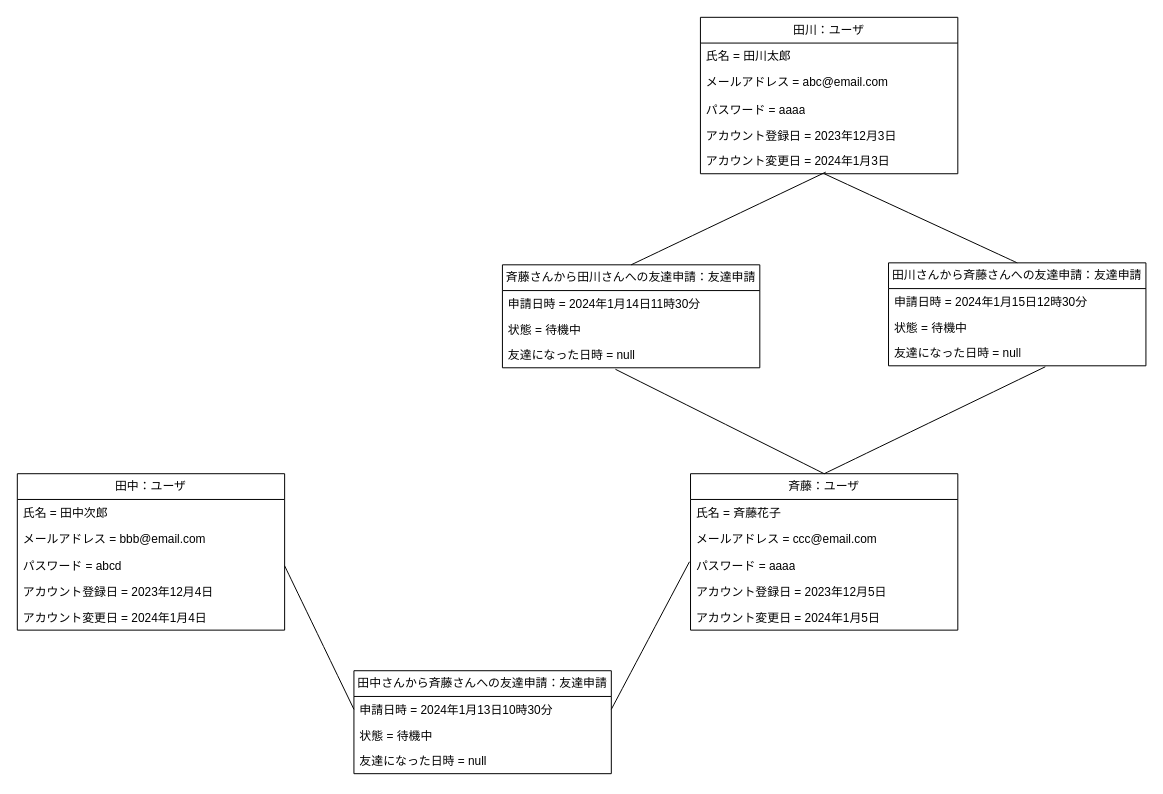
tawainfer/scorpio keeps this draw.io diagram as 概念モデル/07_友達の申請をする/友達の申請をする.drawio. Above is the earlier version. Source tidied: cells renumbered, new cells numbered last; positions are measured from the earlier drawing's top-left corner, leaving out a move shared by most shapes. Both pictures are drawn from the tidied source at 99%, with x=0, y=0 at pixel (17, 17).
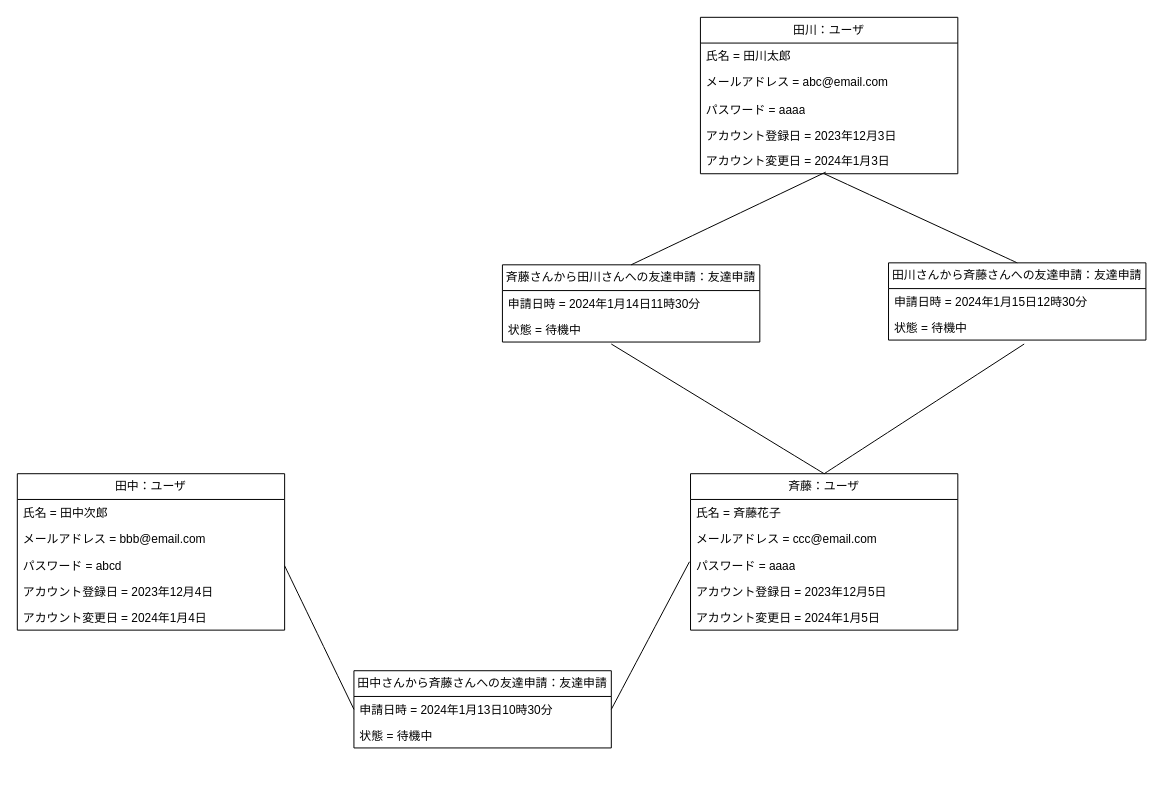
The same diagram, later.

Unchanged cells that the change refers to:
```xml
<mxCell id="12" value="斉藤：ユーザ" style="swimlane;fontStyle=0;horizontal=1;startSize=26;fillColor=none;whiteSpace=wrap;html=1;" parent="1" vertex="1">
  <mxGeometry x="680" y="461" width="270" height="158" as="geometry" />
</mxCell>
<mxCell id="28" value="状態 = 待機中" style="text;strokeColor=none;fillColor=none;align=left;verticalAlign=top;spacingLeft=4;spacingRight=4;overflow=hidden;points=[[0,0.5],[1,0.5]];portConstraint=eastwest;whiteSpace=wrap;html=1;" parent="26" vertex="1">
  <mxGeometry y="52" width="260" height="26" as="geometry" />
</mxCell>
<mxCell id="32" value="状態 = 待機中" style="text;strokeColor=none;fillColor=none;align=left;verticalAlign=top;spacingLeft=4;spacingRight=4;overflow=hidden;points=[[0,0.5],[1,0.5]];portConstraint=eastwest;whiteSpace=wrap;html=1;" parent="30" vertex="1">
  <mxGeometry y="52" width="260" height="26" as="geometry" />
</mxCell>
```

What changed in the source:
```diff
@@
     <mxCell id="2" value="田中さんから斉藤さんへの友達申請：友達申請" style="swimlane;fontStyle=0;horizontal=1;startSize=26;fillColor=none;whiteSpace=wrap;html=1;" parent="1" vertex="1">
-      <mxGeometry x="340" y="660" width="260" height="104" as="geometry" />
+      <mxGeometry x="340" y="660" width="260" height="78" as="geometry" />
     </mxCell>
@@
-    <mxCell id="5" value="友達になった日時 = null" style="text;strokeColor=none;fillColor=none;align=left;verticalAlign=top;spacingLeft=4;spacingRight=4;overflow=hidden;whiteSpace=wrap;html=1;" parent="2" vertex="1">
-      <mxGeometry y="78" width="260" height="26" as="geometry" />
-    </mxCell>
@@
     <mxCell id="26" value="田川さんから斉藤さんへの友達申請：友達申請" style="swimlane;fontStyle=0;horizontal=1;startSize=26;fillColor=none;whiteSpace=wrap;html=1;" parent="1" vertex="1">
-      <mxGeometry x="880" y="248" width="260" height="104" as="geometry" />
+      <mxGeometry x="880" y="248" width="260" height="78" as="geometry" />
     </mxCell>
@@
-    <mxCell id="29" value="友達になった日時 = null" style="text;strokeColor=none;fillColor=none;align=left;verticalAlign=top;spacingLeft=4;spacingRight=4;overflow=hidden;points=[[0,0.5],[1,0.5]];portConstraint=eastwest;whiteSpace=wrap;html=1;" parent="26" vertex="1">
-      <mxGeometry y="78" width="260" height="26" as="geometry" />
-    </mxCell>
     <mxCell id="30" value="斉藤さんから田川さんへの友達申請：友達申請" style="swimlane;fontStyle=0;horizontal=1;startSize=26;fillColor=none;whiteSpace=wrap;html=1;" parent="1" vertex="1">
-      <mxGeometry x="490" y="250" width="260" height="104" as="geometry" />
+      <mxGeometry x="490" y="250" width="260" height="78" as="geometry" />
     </mxCell>
@@
-    <mxCell id="33" value="友達になった日時 = null" style="text;strokeColor=none;fillColor=none;align=left;verticalAlign=top;spacingLeft=4;spacingRight=4;overflow=hidden;points=[[0,0.5],[1,0.5]];portConstraint=eastwest;whiteSpace=wrap;html=1;" parent="30" vertex="1">
-      <mxGeometry y="78" width="260" height="26" as="geometry" />
-    </mxCell>
-    <mxCell id="34" style="edgeStyle=none;curved=1;rounded=0;jettySize=auto;html=1;exitX=0.5;exitY=0;exitDx=0;exitDy=0;entryX=0.439;entryY=1.058;entryDx=0;entryDy=0;entryPerimeter=0;fontSize=12;startSize=8;endSize=8;endArrow=none;endFill=0;" parent="1" edge="1" source="12" target="33">
+    <mxCell id="34" style="edgeStyle=none;curved=1;rounded=0;jettySize=auto;html=1;exitX=0.5;exitY=0;exitDx=0;exitDy=0;entryX=0.423;entryY=1.077;entryDx=0;entryDy=0;entryPerimeter=0;fontSize=12;startSize=8;endSize=8;endArrow=none;endFill=0;" parent="1" edge="1" source="12" target="32">
       <mxGeometry relative="1" as="geometry" />
     </mxCell>
@@
-    <mxCell id="37" style="edgeStyle=none;curved=1;rounded=0;jettySize=auto;html=1;exitX=0.5;exitY=0;exitDx=0;exitDy=0;entryX=0.609;entryY=1.038;entryDx=0;entryDy=0;entryPerimeter=0;fontSize=12;startSize=8;endSize=8;endArrow=none;endFill=0;" parent="1" edge="1" source="12" target="29">
+    <mxCell id="37" style="edgeStyle=none;curved=1;rounded=0;jettySize=auto;html=1;exitX=0.5;exitY=0;exitDx=0;exitDy=0;entryX=0.527;entryY=1.154;entryDx=0;entryDy=0;entryPerimeter=0;fontSize=12;startSize=8;endSize=8;endArrow=none;endFill=0;" parent="1" edge="1" source="12" target="28">
       <mxGeometry relative="1" as="geometry" />
     </mxCell>
```
